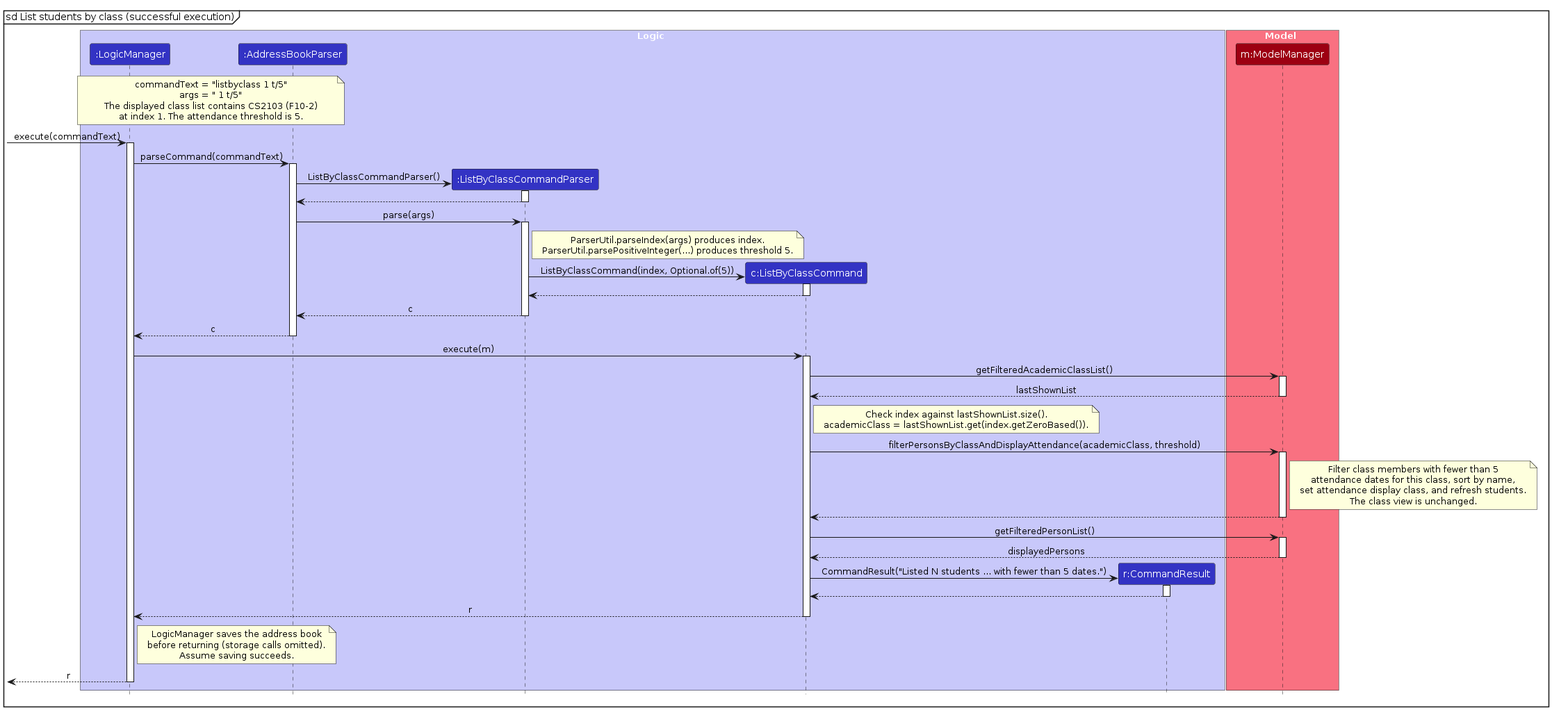
Before: diagrams/ListByClassSequenceDiagram.png, a diagram exported from PlantUML (AY2627S1-CS2103-F10-2/tp). Its source is kept beside it as diagrams/ListByClassSequenceDiagram.puml.
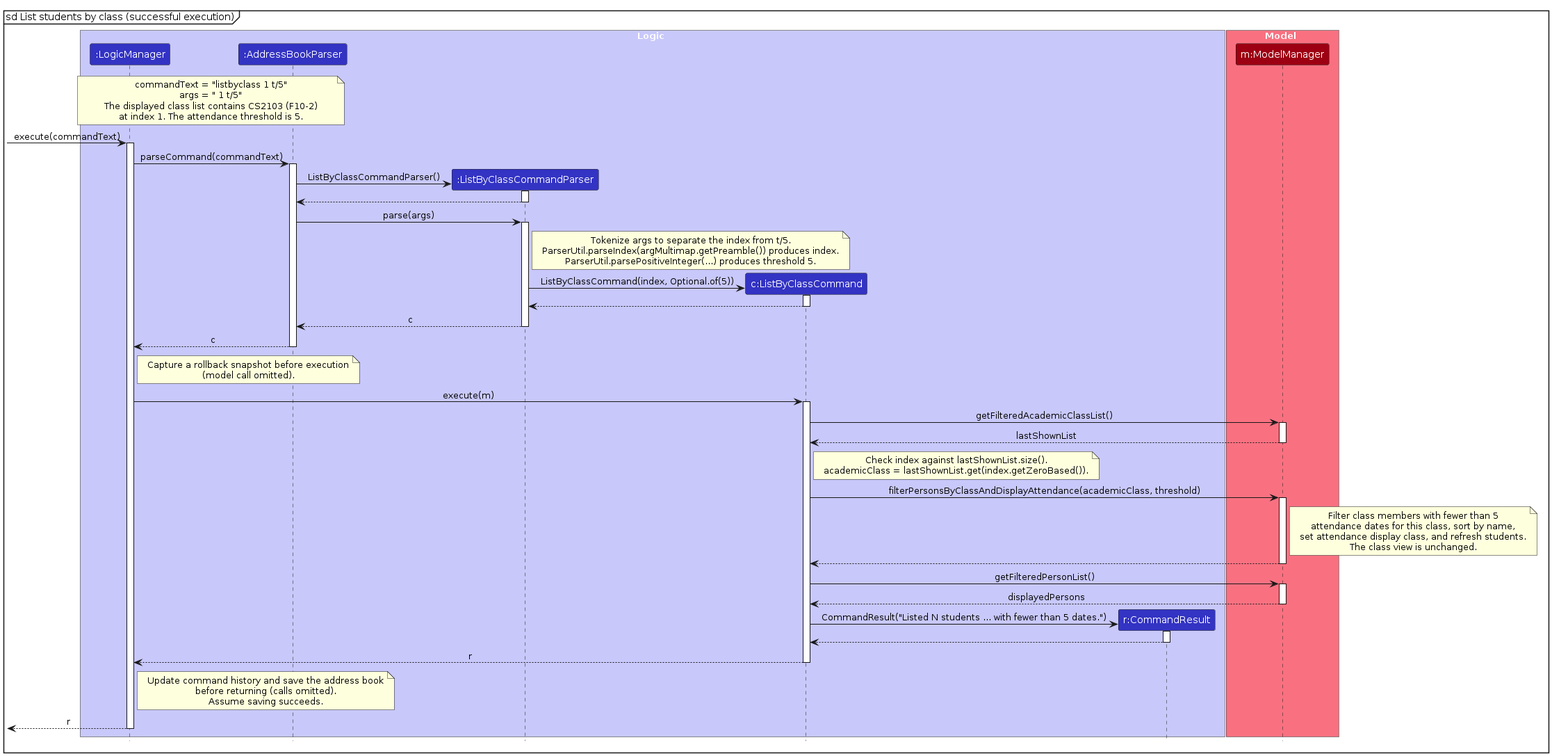
The same file after the commit.

Change to the diagram source:
```diff
@@ -36,7 +36,8 @@
 AddressBookParser -> Parser : parse(args)
 activate Parser
 note right of Parser
-ParserUtil.parseIndex(args) produces index.
+Tokenize args to separate the index from t/5.
+ParserUtil.parseIndex(argMultimap.getPreamble()) produces index.
 ParserUtil.parsePositiveInteger(...) produces threshold 5.
 end note
 create Command
@@ -48,6 +49,11 @@
 deactivate Parser
 AddressBookParser --> LogicManager : c
 deactivate AddressBookParser
+
+note right of LogicManager
+Capture a rollback snapshot before execution
+(model call omitted).
+end note
 
 LogicManager -> Command : execute(m)
 activate Command
@@ -85,8 +91,8 @@
 deactivate Command
 
 note right of LogicManager
-LogicManager saves the address book
-before returning (storage calls omitted).
+Update command history and save the address book
+before returning (calls omitted).
 Assume saving succeeds.
 end note
 [<-- LogicManager : r
```
